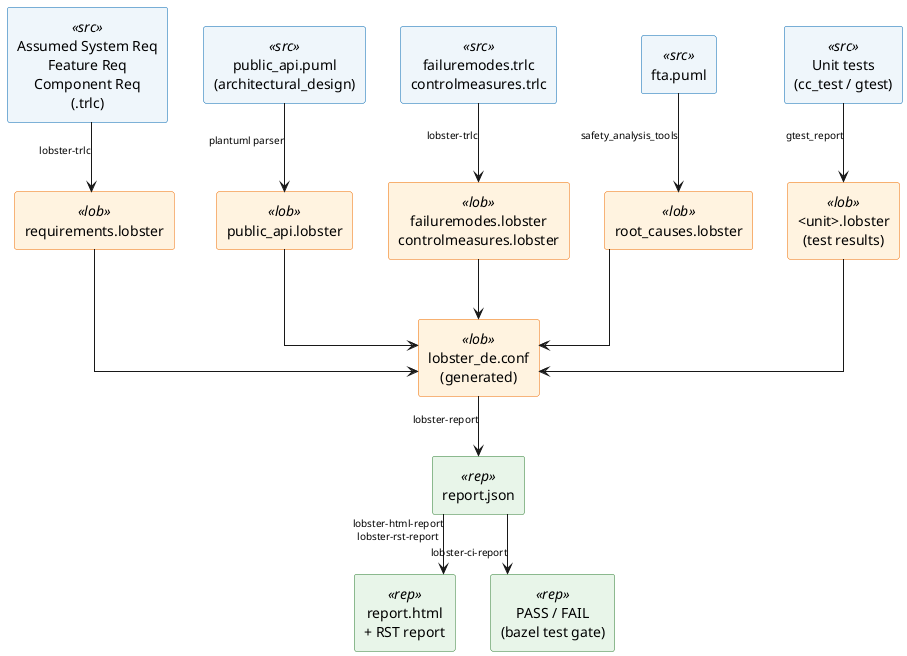
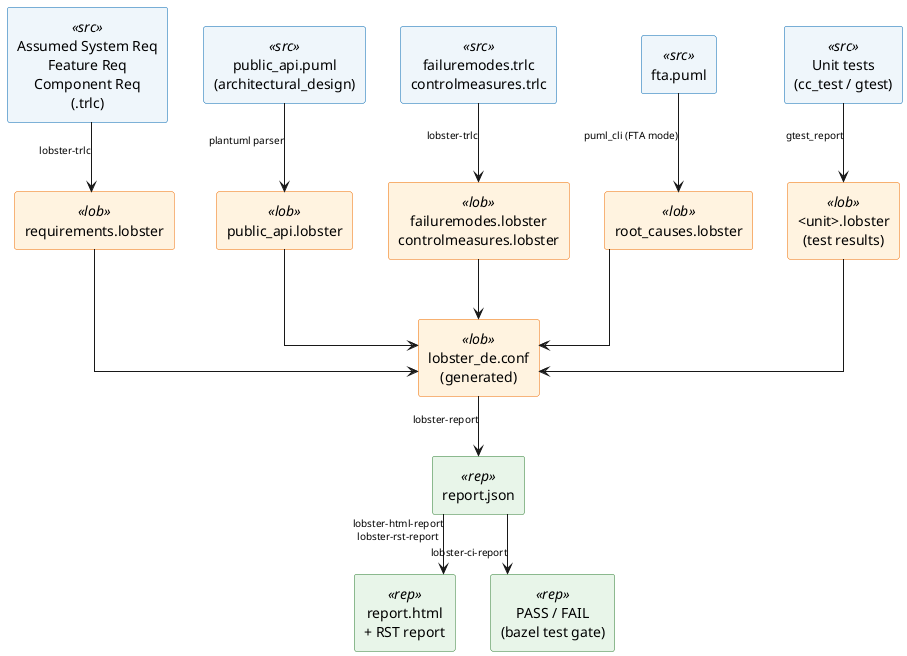
' *******************************************************************************
' Copyright (c) 2026 Contributors to the Eclipse Foundation
'
' See the NOTICE file(s) distributed with this work for additional
' information regarding copyright ownership.
'
' This program and the accompanying materials are made available under the
' terms of the Apache License Version 2.0 which is available at
' https://www.apache.org/licenses/LICENSE-2.0
'
' SPDX-License-Identifier: Apache-2.0
' *******************************************************************************

@startuml traceability_dataflow

' End-to-end traceability data flow: every artefact is normalised into a
' .lobster file, aggregated against a generated lobster config, and gated by
' lobster-ci-report at the dependable_element level.

skinparam linetype ortho
skinparam ArrowFontSize 10
skinparam defaultTextAlignment center

skinparam rectangle {
    BackgroundColor<<src>> #EFF6FB
    BorderColor<<src>> #0066B1
    BackgroundColor<<lob>> #FFF3E0
    BorderColor<<lob>> #EF6C00
    BackgroundColor<<rep>> #E8F5E9
    BorderColor<<rep>> #2E7D32
}

' ── Sources ───────────────────────────────────────────────────────────────────
rectangle "Assumed System Req\nFeature Req\nComponent Req\n(.trlc)" <<src>> as reqs_in
rectangle "public_api.puml\n(architectural_design)" <<src>> as api_in
rectangle "failuremodes.trlc\ncontrolmeasures.trlc" <<src>> as fmcm_in
rectangle "fta.puml" <<src>> as fta_in
rectangle "Unit tests\n(cc_test / gtest)" <<src>> as test_in

' ── Lobster artefacts (one per source kind) ───────────────────────────────────
rectangle "requirements.lobster" <<lob>> as reqs_lob
rectangle "public_api.lobster" <<lob>> as api_lob
rectangle "failuremodes.lobster\ncontrolmeasures.lobster" <<lob>> as fmcm_lob
rectangle "root_causes.lobster" <<lob>> as rc_lob
rectangle "<unit>.lobster\n(test results)" <<lob>> as test_lob

' ── Aggregation + gate ────────────────────────────────────────────────────────
rectangle "lobster_de.conf\n(generated)" <<lob>> as conf
rectangle "report.json" <<rep>> as json
rectangle "report.html\n+ RST report" <<rep>> as html
rectangle "PASS / FAIL\n(bazel test gate)" <<rep>> as gate

reqs_in  --> reqs_lob  : lobster-trlc
api_in   --> api_lob   : plantuml parser
fmcm_in  --> fmcm_lob  : lobster-trlc
- fta_in   --> rc_lob    : safety_analysis_tools
+ fta_in   --> rc_lob    : puml_cli (FTA mode)
test_in  --> test_lob  : gtest_report

reqs_lob --> conf
api_lob  --> conf
fmcm_lob --> conf
rc_lob   --> conf
test_lob --> conf

conf --> json : lobster-report
json --> html : lobster-html-report\nlobster-rst-report
json --> gate : lobster-ci-report

@enduml
